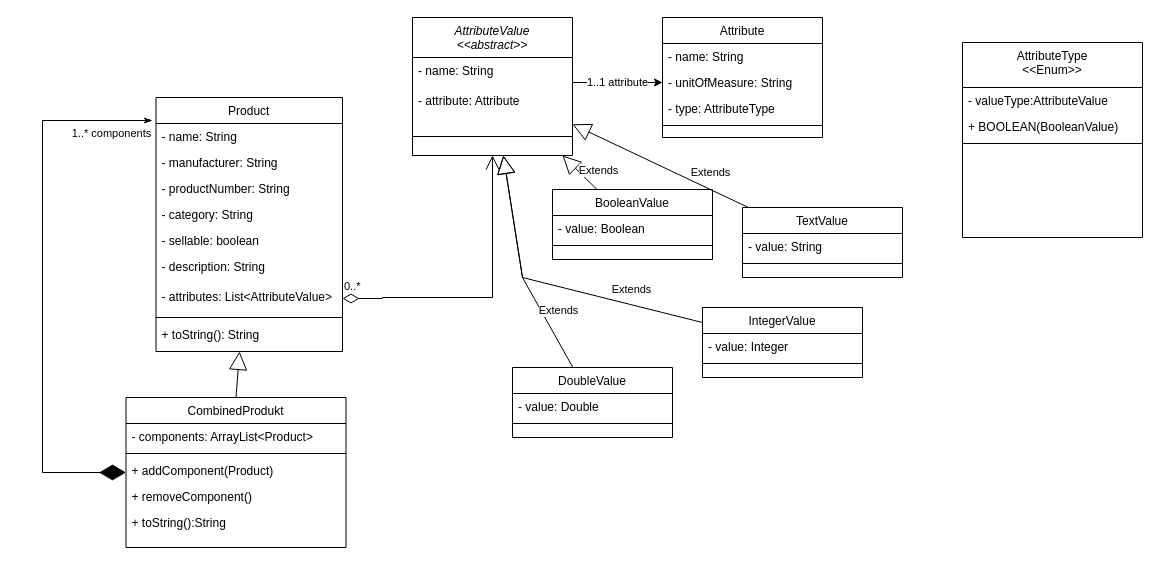
Earlier version of the draw.io diagram diagrams/KlassendiagrammPcStore23.drawio (bso-hef/pcstore23). Source tidied: cells renumbered, new cells numbered last; positions are measured from the earlier drawing's top-left corner, leaving out a move shared by most shapes. Both pictures are drawn from the tidied source at 100%, with x=0, y=0 at pixel (42, 17).
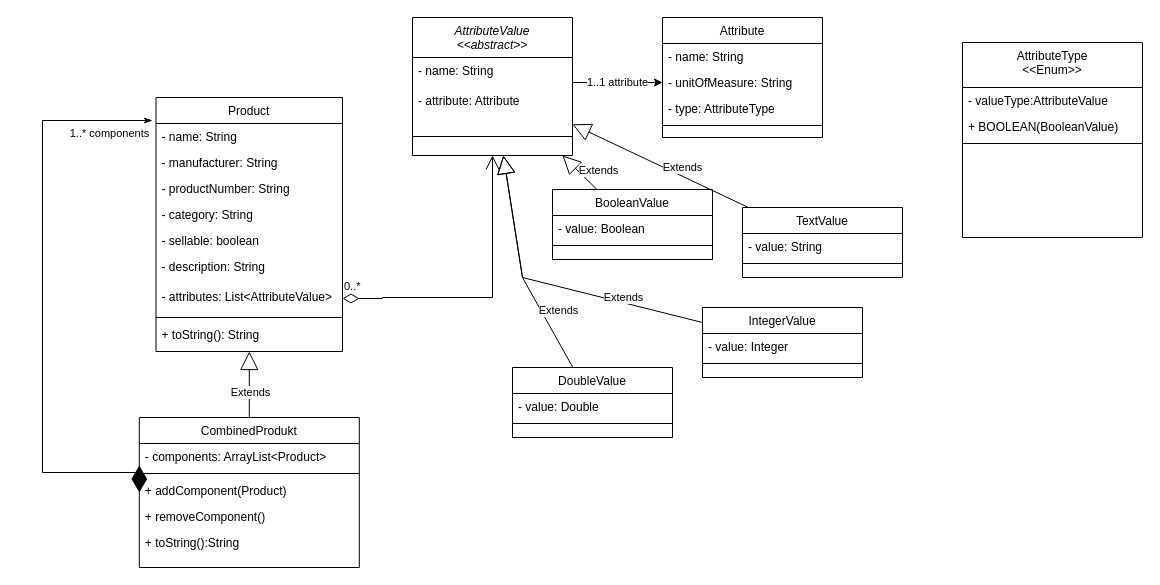
The same diagram, later.

Unchanged cells that the change refers to:
```xml
<mxCell id="19" style="endArrow=block;endSize=16;endFill=0;html=1;rounded=0;strokeWidth=1;exitX=0.5;exitY=0;exitDx=0;exitDy=0;" parent="1" edge="1" source="2" target="8">
  <mxGeometry relative="1" as="geometry" />
</mxCell>
<mxCell id="25" value="AttributeValue&#10;&lt;&lt;abstract&gt;&gt;" style="swimlane;fontStyle=2;align=center;verticalAlign=top;horizontal=1;startSize=40;rounded=0;shadow=0;strokeWidth=1;" parent="1" vertex="1">
  <mxGeometry x="370" width="160" height="138" as="geometry" />
</mxCell>
<mxCell id="35" value="TextValue" style="swimlane;fontStyle=0;align=center;verticalAlign=top;horizontal=1;startSize=26;rounded=0;shadow=0;strokeWidth=1;" parent="1" vertex="1">
  <mxGeometry x="700" y="190" width="160" height="70" as="geometry" />
</mxCell>
<mxCell id="43" value="IntegerValue" style="swimlane;fontStyle=0;align=center;verticalAlign=top;horizontal=1;startSize=26;rounded=0;shadow=0;strokeWidth=1;" parent="1" vertex="1">
  <mxGeometry x="660" y="290" width="160" height="70" as="geometry" />
</mxCell>
```

What changed in the source:
```diff
@@
     <mxCell id="2" value="CombinedProdukt" style="swimlane;fontStyle=0;align=center;verticalAlign=top;horizontal=1;startSize=26;rounded=0;shadow=0;strokeWidth=1;" parent="1" vertex="1">
-      <mxGeometry x="83.5" y="380" width="220" height="150" as="geometry" />
+      <mxGeometry x="96.8" y="400" width="220" height="150" as="geometry" />
     </mxCell>
@@
+    <mxCell id="51" value="Extends" style="edgeLabel;html=1;align=center;verticalAlign=middle;" parent="19" vertex="1">
+      <mxGeometry x="-0.24" y="-1" relative="1" as="geometry" />
+    </mxCell>
@@
     <mxCell id="38" value="Extends" style="endArrow=block;endSize=16;endFill=0;html=1;rounded=0;" parent="1" edge="1" source="35" target="25">
-      <mxGeometry x="-0.5" y="-15" relative="1" as="geometry" />
+      <mxGeometry x="-0.21" y="-8" relative="1" as="geometry" />
     </mxCell>
@@
     <mxCell id="46" value="Extends" style="endArrow=block;endSize=16;endFill=0;html=1;rounded=0;" parent="1" edge="1" source="43" target="25">
-      <mxGeometry x="-0.5" y="-15" relative="1" as="geometry">
+      <mxGeometry x="-0.46" y="-5" relative="1" as="geometry">
         <Array as="points">
           <mxPoint x="480" y="260" />
         </Array>
       </mxGeometry>
     </mxCell>
```
